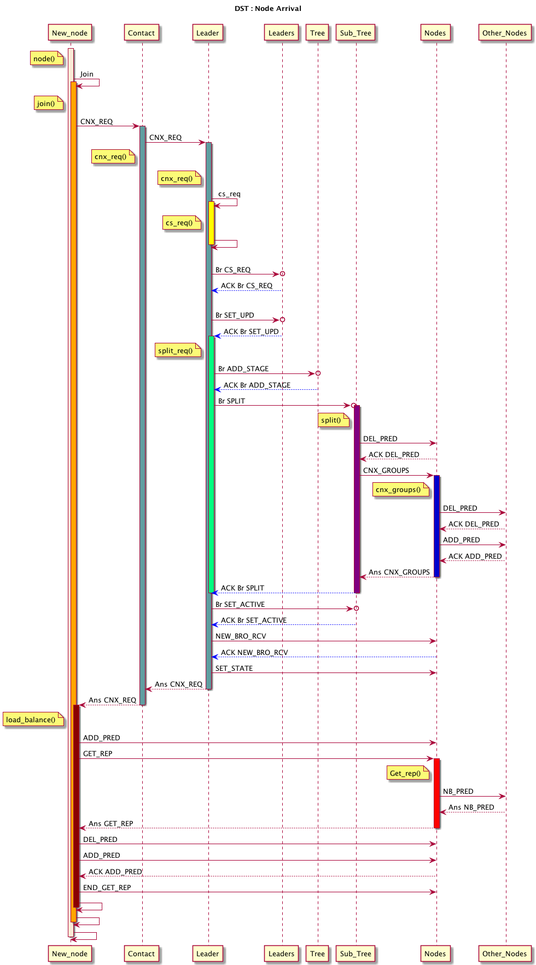
Before: doc/UML/DST_Arrival.png, a diagram exported from PlantUML (tof25/DST).
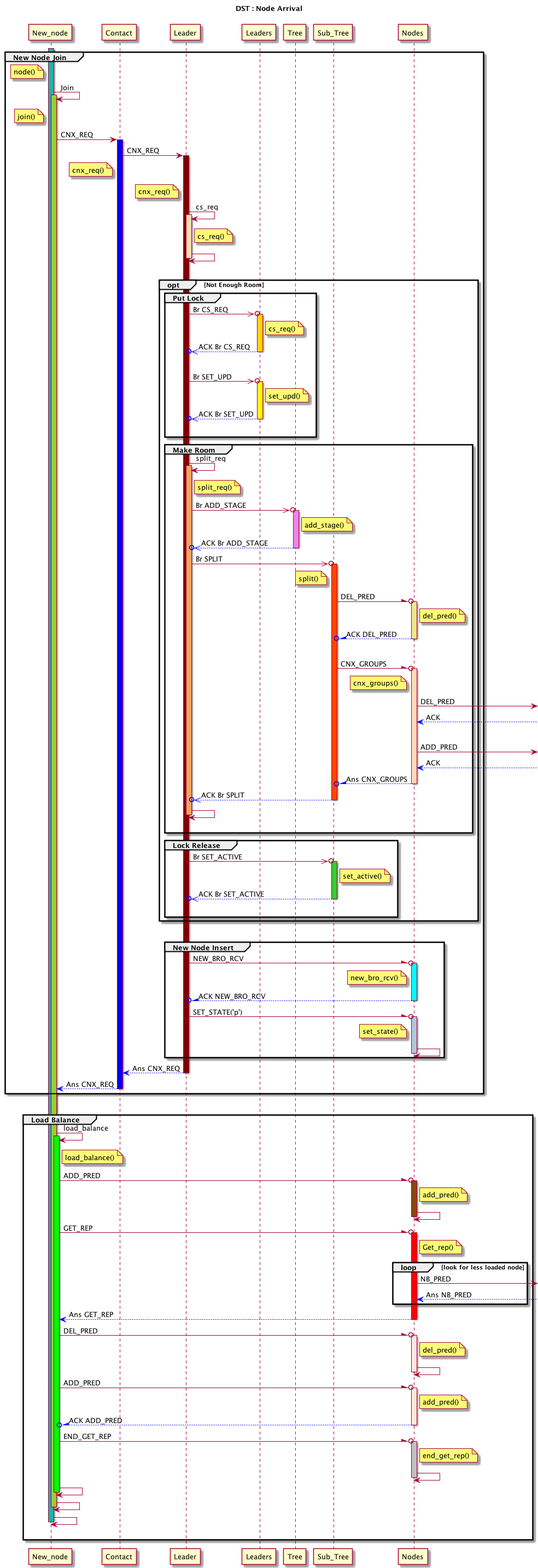
The same file after the commit.

The edit, as a diff of the source:
```diff
@@ -1,84 +1,157 @@
 @startuml
 title DST : Node Arrival\n
 
+group New Node Join
+
 note left of New_node: node()
-activate New_node #AntiqueWhite
+activate New_node #LightSeaGreen
 New_node -> New_node: Join
-activate New_node #Orange
+
+activate New_node #YellowGreen
 note left of New_node: join()
 New_node -> Contact: CNX_REQ
 
-activate Contact #CadetBlue
+activate Contact #Blue
 Contact -> Leader: CNX_REQ
 note left of Contact: cnx_req()
 
-activate Leader #CadetBlue
+activate Leader #Maroon
 note left of Leader: cnx_req()
 Leader -> Leader: cs_req
-activate Leader #Yellow
-note left of Leader: cs_req()
+activate Leader #Wheat
+note right of Leader: cs_req()
 Leader -> Leader
 deactivate Leader
 |||
-Leader ->o Leaders: Br CS_REQ
-Leaders -[#0000FF]-> Leader: ACK Br CS_REQ
+
+opt Not Enough Room
+
+group Put Lock
+
+Leader ->>o Leaders: Br CS_REQ
+activate Leaders #Gold
+note right of Leaders: cs_req()
+Leaders -[#0000FF]->>o Leader: ACK Br CS_REQ
+deactivate Leaders
 |||
-Leader ->o Leaders: Br SET_UPD
-Leaders -[#0000FF]-> Leader: ACK Br SET_UPD
+Leader ->>o Leaders: Br SET_UPD
+activate Leaders #Yellow
+note right of Leaders: set_upd()
+Leaders -[#0000FF]->>o Leader: ACK Br SET_UPD
+deactivate Leaders
+|||
+end
 
-activate Leader #SpringGreen
-note left of Leader: split_req()
-Leader ->o Tree: Br ADD_STAGE
-Tree -[#0000FF]-> Leader: ACK Br ADD_STAGE
-Leader ->o Sub_Tree: Br SPLIT
+group Make Room
 
-activate Sub_Tree #Purple
+Leader -> Leader: split_req
+activate Leader #SandyBrown
+note right of Leader: split_req()
+Leader ->>o Tree: Br ADD_STAGE
+activate Tree #Violet
+note right of Tree: add_stage()
+Tree -[#0000FF]->>o Leader: ACK Br ADD_STAGE
+deactivate Tree
+
+Leader ->>o Sub_Tree: Br SPLIT
+activate Sub_Tree #OrangeRed
 note left of Sub_Tree: split()
-Sub_Tree -> Nodes: DEL_PRED
-Nodes --> Sub_Tree: ACK DEL_PRED
-Sub_Tree -> Nodes: CNX_GROUPS
+Sub_Tree -\o Nodes: DEL_PRED
+activate Nodes #Khaki
+note right of Nodes: del_pred()
+Nodes -[#0000FF]-\o Sub_Tree: ACK DEL_PRED
+deactivate Nodes
+|||
+Sub_Tree -\o Nodes: CNX_GROUPS
+activate Nodes #PeachPuff
+note left of Nodes: cnx_groups()
+Nodes ->]: DEL_PRED
+Nodes <-[#0000FF]-]: ACK
+|||
+Nodes ->]: ADD_PRED
+Nodes <-[#0000FF]-]: ACK
 
-activate Nodes #MediumBlue
-note left of Nodes: cnx_groups()
-Nodes -> Other_Nodes: DEL_PRED
-Other_Nodes --> Nodes: ACK DEL_PRED
-Nodes -> Other_Nodes: ADD_PRED
-Other_Nodes --> Nodes: ACK ADD_PRED
+Nodes -[#0000FF]-\o Sub_Tree: Ans CNX_GROUPS
+deactivate Nodes
+Sub_Tree -[#0000FF]->>o Leader: ACK Br SPLIT
+deactivate Sub_Tree
+Leader -> Leader
+deactivate Leader
+|||
+end
 
-Nodes --> Sub_Tree: Ans CNX_GROUPS
+group Lock Release
+
+Leader ->>o Sub_Tree: Br SET_ACTIVE
+activate Sub_Tree #LimeGreen
+note right of Sub_Tree: set_active()
+Sub_Tree -[#0000FF]->>o Leader: ACK Br SET_ACTIVE
+deactivate Sub_Tree
+|||
+end
+end
+|||
+group New Node Insert
+Leader -\o Nodes: NEW_BRO_RCV
+activate Nodes #Aqua
+note left of Nodes: new_bro_rcv()
+Nodes -[#0000FF]-\o Leader: ACK NEW_BRO_RCV
 deactivate Nodes
-Sub_Tree -[#0000FF]-> Leader: ACK Br SPLIT
-deactivate Sub_Tree
+
+Leader -\o Nodes: SET_STATE('p')
+activate Nodes #LightSteelBlue
+note left of Nodes: set_state()
+Nodes -> Nodes
+deactivate Nodes
+end
+
+Leader -[#0000FF]-> Contact: Ans CNX_REQ
 deactivate Leader
 
-Leader ->o Sub_Tree: Br SET_ACTIVE
-Sub_Tree -[#0000FF]-> Leader: ACK Br SET_ACTIVE
-Leader -> Nodes: NEW_BRO_RCV
-Nodes -[#0000FF]-> Leader: ACK NEW_BRO_RCV
-Leader -> Nodes: SET_STATE
+Contact -[#0000FF]-> New_node: Ans CNX_REQ
+deactivate Contact
+end
+|||
 
-Leader --> Contact: Ans CNX_REQ
-deactivate Leader
+group Load Balance
 
-Contact --> New_node: Ans CNX_REQ
-deactivate Contact
-
-activate New_node #DarkRed
-note left of New_node: load_balance()
-New_node -> Nodes: ADD_PRED
-New_node -> Nodes: GET_REP
-
-activate Nodes #Red
-note left of Nodes: Get_rep()
-Nodes -> Other_Nodes: NB_PRED
-Other_Nodes --> Nodes: Ans NB_PRED
-Nodes --> New_node: Ans GET_REP
+New_node -> New_node: load_balance
+activate New_node #Lime
+note right of New_node: load_balance()
+New_node -\o Nodes: ADD_PRED
+activate Nodes #SaddleBrown
+note right of Nodes: add_pred()
+Nodes -> Nodes
 deactivate Nodes
 
-New_node -> Nodes: DEL_PRED
-New_node -> Nodes: ADD_PRED
-Nodes --> New_node: ACK ADD_PRED
-New_node -> Nodes: END_GET_REP
+New_node -\o Nodes: GET_REP
+activate Nodes #Red
+note right of Nodes: Get_rep()
+loop look for less loaded node
+Nodes ->]: NB_PRED
+Nodes <-[#0000FF]-]: Ans NB_PRED
+end
+Nodes -[#0000FF]-> New_node: Ans GET_REP
+deactivate Nodes
+
+New_node -\o Nodes: DEL_PRED
+activate Nodes #MistyRose
+note right of Nodes: del_pred()
+Nodes -> Nodes
+deactivate Nodes
+
+New_node -\o Nodes: ADD_PRED
+activate Nodes #AntiqueWhite
+note right of Nodes: add_pred()
+Nodes -[#0000FF]-\o New_node: ACK ADD_PRED
+deactivate Nodes
+
+New_node -\o Nodes: END_GET_REP
+activate Nodes #Silver
+note right of Nodes: end_get_rep()
+Nodes -> Nodes
+deactivate Nodes
+
 New_node -> New_node:
 
 deactivate New_node
@@ -86,5 +159,7 @@
 deactivate New_node
 New_node -> New_node:
 deactivate New_node
+|||
+end
 
 @enduml
```
